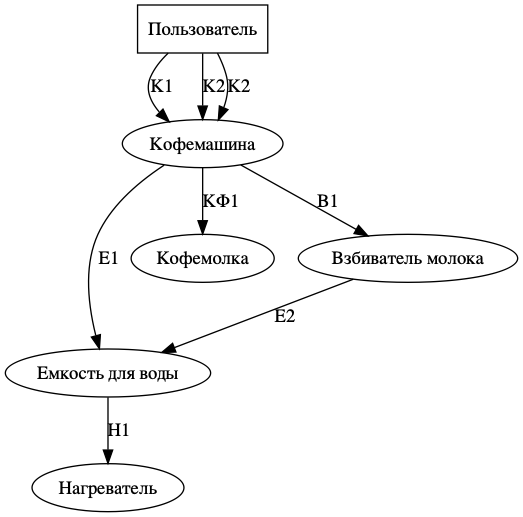
Above: lab_05/Модель_взаимодействия.png in bmstu-ics7/object-oriented-programming (Graphviz), before the change. Its source is kept beside it as lab_05/Модель_взаимодействия.gv.
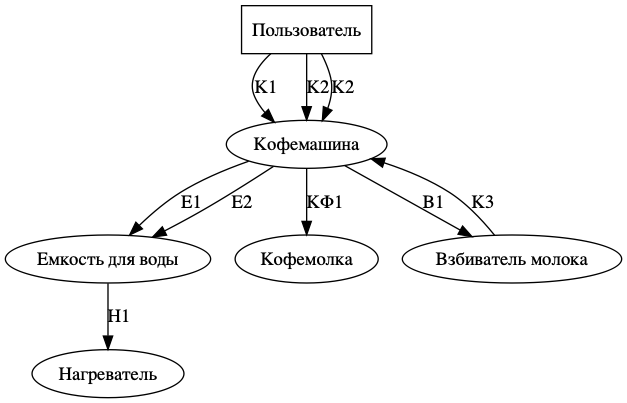
The same diagram one commit later.

Diff of the diagram source:
```diff
@@ -14,7 +14,9 @@
     water -> hot [label="Н1"]
 
     coffe -> milk [label="В1"]
-    milk -> water [label="Е2"]
 
     coffe -> mol [label="КФ1"]
+
+    milk -> coffe [label="К3"]
+    coffe -> water [label="E2"]
 }
```
